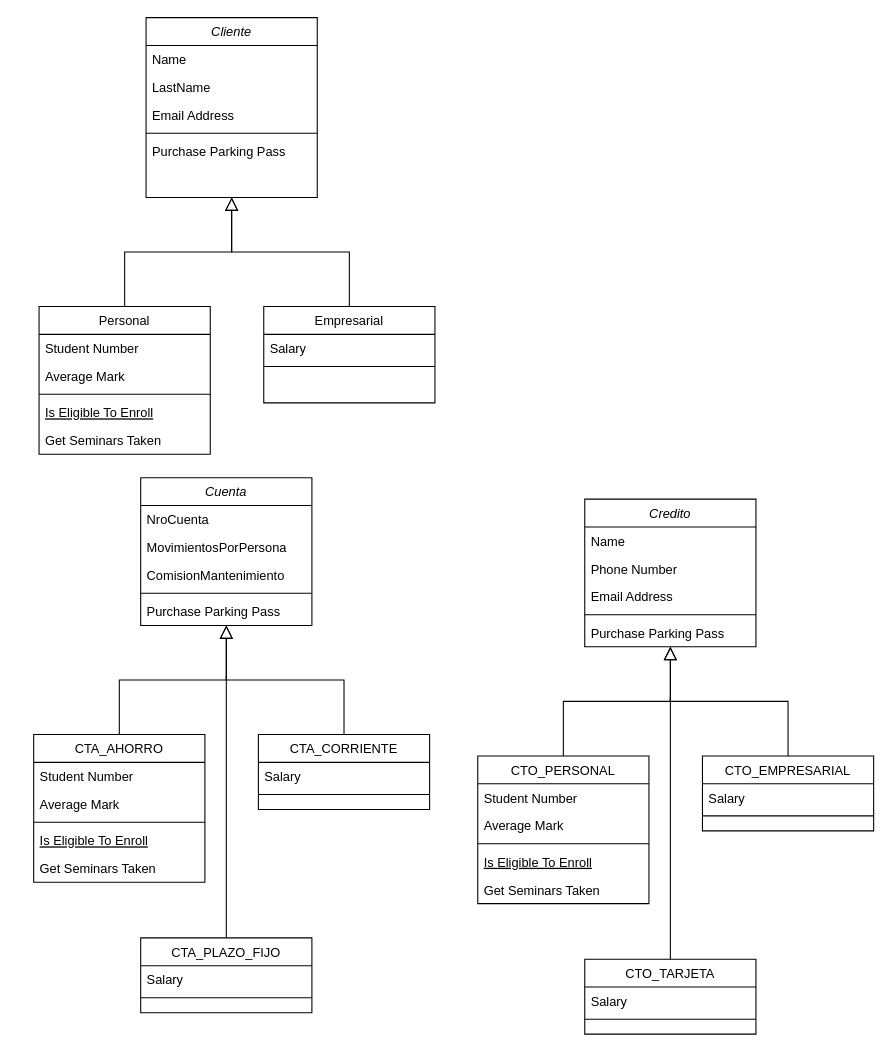
Before: Diagrama sin título.drawio in ryusaky/nttdata-bootcamp, a draw.io diagram. Source tidied: cells renumbered, new cells numbered last; positions are measured from the earlier drawing's top-left corner, leaving out a move shared by most shapes. Both pictures are drawn from the tidied source at 107%, with x=0, y=0 at pixel (33, 17).
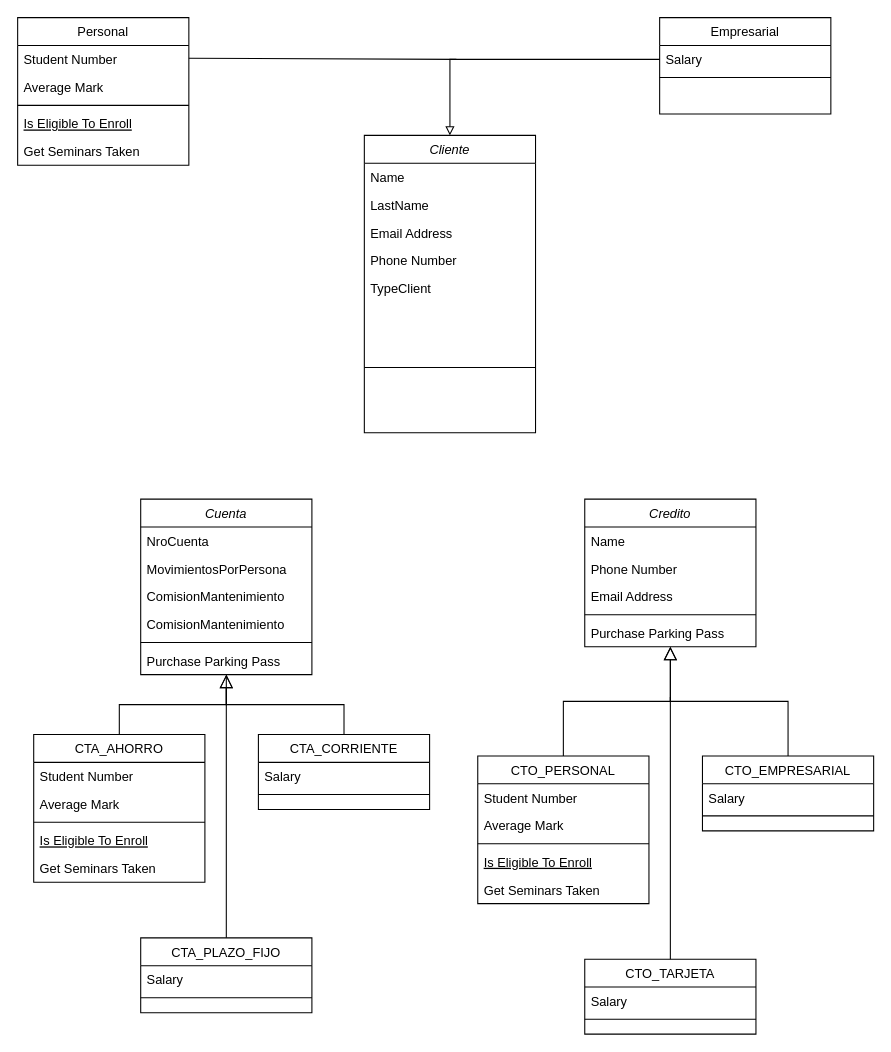
The same page after the edit.

Unchanged cells that the change refers to:
```xml
<mxCell id="16" value="Salary" style="text;align=left;verticalAlign=top;spacingLeft=4;spacingRight=4;overflow=hidden;points=[[0,0.5],[1,0.5]];portConstraint=eastwest;" parent="15" vertex="1">
  <mxGeometry y="26" width="160" height="26" as="geometry" />
</mxCell>
```

What changed in the source:
```diff
@@
     <mxCell id="2" value="Cliente" style="swimlane;fontStyle=2;align=center;verticalAlign=top;horizontal=1;startSize=26;rounded=0;shadow=0;strokeWidth=1;" parent="1" vertex="1">
-      <mxGeometry x="105" width="160" height="168" as="geometry" />
+      <mxGeometry x="309" y="110" width="160" height="278" as="geometry" />
     </mxCell>
@@
+    <mxCell id="7" value="Phone Number" style="text;align=left;verticalAlign=top;spacingLeft=4;spacingRight=4;overflow=hidden;" parent="2" vertex="1">
+      <mxGeometry y="104" width="160" height="26" as="geometry" />
+    </mxCell>
+    <mxCell id="63" value="TypeClient" style="text;align=left;verticalAlign=top;spacingLeft=4;spacingRight=4;overflow=hidden;" parent="2" vertex="1">
+      <mxGeometry y="130" width="160" height="26" as="geometry" />
+    </mxCell>
     <mxCell id="6" style="line;html=1;strokeWidth=1;align=left;verticalAlign=middle;spacingTop=-1;spacingLeft=3;spacingRight=3;labelPosition=right;" parent="2" vertex="1">
-      <mxGeometry y="104" width="160" height="8" as="geometry" />
+      <mxGeometry y="156" width="160" height="122" as="geometry" />
     </mxCell>
-    <mxCell id="7" value="Purchase Parking Pass" style="text;align=left;verticalAlign=top;spacingLeft=4;spacingRight=4;overflow=hidden;" parent="2" vertex="1">
-      <mxGeometry y="112" width="160" height="26" as="geometry" />
-    </mxCell>
     <mxCell id="8" value="Personal" style="swimlane;fontStyle=0;align=center;verticalAlign=top;horizontal=1;startSize=26;rounded=0;shadow=0;strokeWidth=1;" parent="1" vertex="1">
-      <mxGeometry x="5" y="270" width="160" height="138" as="geometry" />
+      <mxGeometry x="-15" width="160" height="138" as="geometry" />
     </mxCell>
@@
-    <mxCell id="14" style="endArrow=block;endSize=10;endFill=0;shadow=0;strokeWidth=1;rounded=0;edgeStyle=elbowEdgeStyle;elbow=vertical;" parent="1" edge="1" source="8" target="2">
-      <mxGeometry relative="1" as="geometry" />
-    </mxCell>
     <mxCell id="15" value="Empresarial" style="swimlane;fontStyle=0;align=center;verticalAlign=top;horizontal=1;startSize=26;rounded=0;shadow=0;strokeWidth=1;" parent="1" vertex="1">
-      <mxGeometry x="215" y="270" width="160" height="90" as="geometry" />
+      <mxGeometry x="585" width="160" height="90" as="geometry" />
     </mxCell>
@@
-    <mxCell id="18" style="endArrow=block;endSize=10;endFill=0;shadow=0;strokeWidth=1;rounded=0;edgeStyle=elbowEdgeStyle;elbow=vertical;" parent="1" edge="1" source="15" target="2">
-      <mxGeometry relative="1" as="geometry" />
-    </mxCell>
     <mxCell id="19" value="Cuenta" style="swimlane;fontStyle=2;align=center;verticalAlign=top;horizontal=1;startSize=26;rounded=0;shadow=0;strokeWidth=1;" parent="1" vertex="1">
-      <mxGeometry x="100" y="430" width="160" height="138" as="geometry" />
+      <mxGeometry x="100" y="450" width="160" height="164" as="geometry" />
     </mxCell>
@@
+    <mxCell id="64" value="ComisionMantenimiento" style="text;align=left;verticalAlign=top;spacingLeft=4;spacingRight=4;overflow=hidden;rounded=0;shadow=0;html=0;" parent="19" vertex="1">
+      <mxGeometry y="104" width="160" height="26" as="geometry" />
+    </mxCell>
     <mxCell id="23" style="line;html=1;strokeWidth=1;align=left;verticalAlign=middle;spacingTop=-1;spacingLeft=3;spacingRight=3;labelPosition=right;" parent="19" vertex="1">
-      <mxGeometry y="104" width="160" height="8" as="geometry" />
+      <mxGeometry y="130" width="160" height="8" as="geometry" />
     </mxCell>
     <mxCell id="24" value="Purchase Parking Pass" style="text;align=left;verticalAlign=top;spacingLeft=4;spacingRight=4;overflow=hidden;" parent="19" vertex="1">
-      <mxGeometry y="112" width="160" height="26" as="geometry" />
+      <mxGeometry y="138" width="160" height="26" as="geometry" />
     </mxCell>
@@
+    <mxCell id="65" style="edgeStyle=none;rounded=0;jettySize=auto;html=1;exitX=0;exitY=0.5;exitDx=0;exitDy=0;entryX=0.5;entryY=0;entryDx=0;entryDy=0;endArrow=block;endFill=0;strokeWidth=1;sourcePerimeterSpacing=0;" parent="1" edge="1" source="16" target="2">
+      <mxGeometry relative="1" as="geometry">
+        <Array as="points">
+          <mxPoint x="389" y="39" />
+        </Array>
+      </mxGeometry>
+    </mxCell>
+    <mxCell id="66" style="endArrow=none;html=1;rounded=0;exitX=1;exitY=0.5;exitDx=0;exitDy=0;" parent="1" edge="1">
+      <mxGeometry relative="1" as="geometry">
+        <mxPoint x="145" y="38" as="sourcePoint" />
+        <mxPoint x="395" y="39" as="targetPoint" />
+      </mxGeometry>
+    </mxCell>
```
